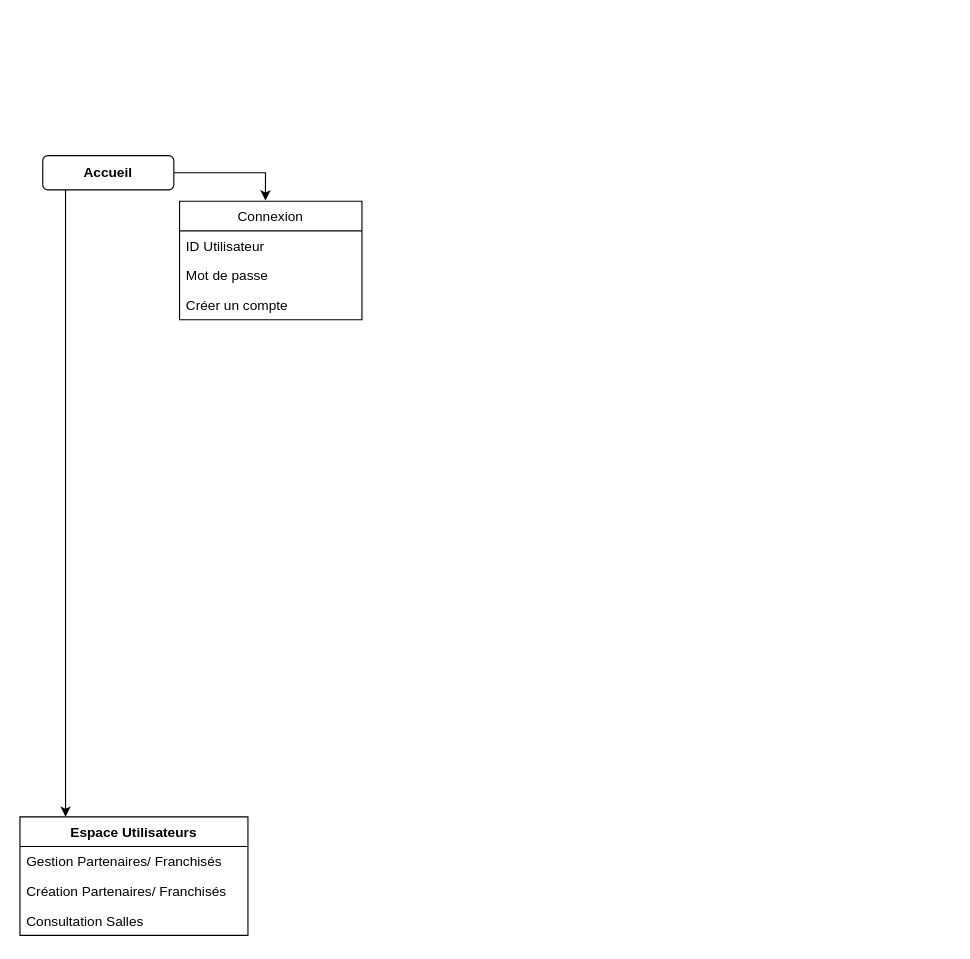
This is page "Diagram de séquence" (2 of 2) of Untitled Diagram.drawio from RodNine/ECF_RANSAY_Studi, a draw.io file, before an edit. Source tidied: cells renumbered, new cells numbered last; positions are measured from the earlier drawing's top-left corner, leaving out a move shared by most shapes. Both pictures are drawn from the tidied source at 114%, with x=0, y=0 at pixel (19, 155).
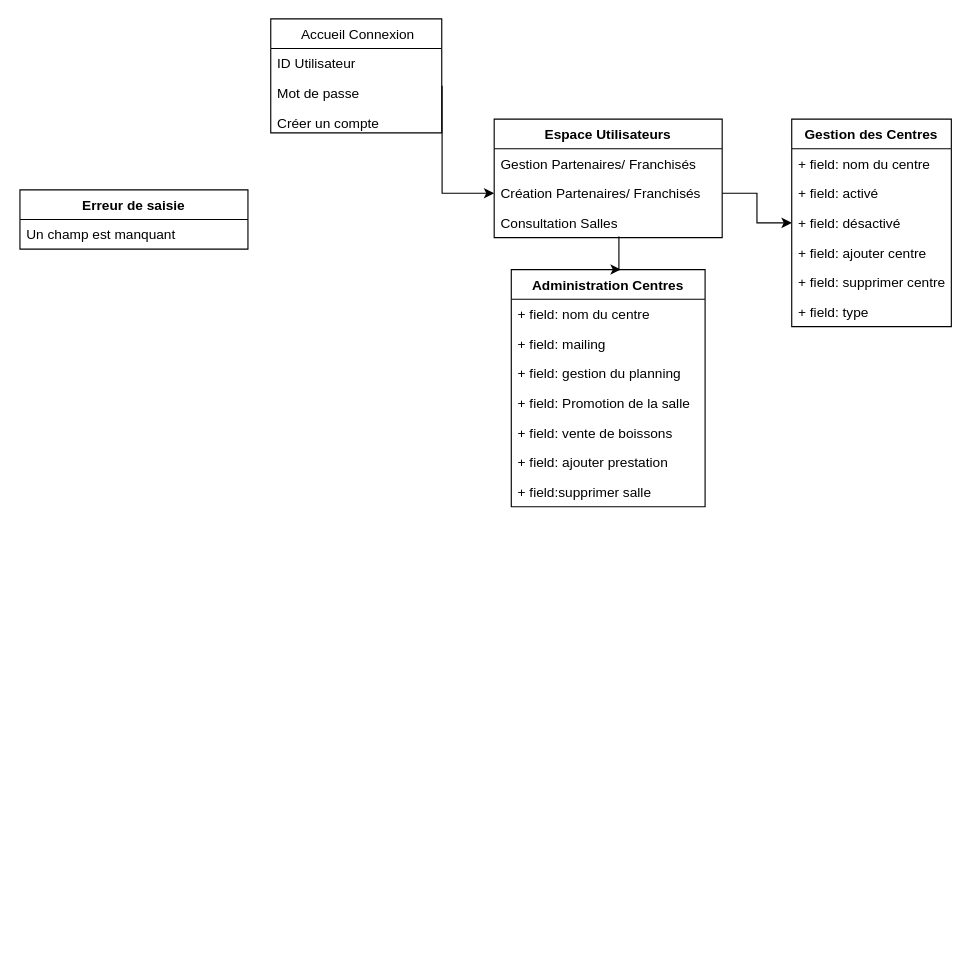
After the change.

Commit message:
MAJ diagrams sequence

Unchanged cells that the change refers to:
```xml
<mxCell id="13" value="Création Partenaires/ Franchisés" style="text;strokeColor=none;fillColor=none;align=left;verticalAlign=top;spacingLeft=4;spacingRight=4;overflow=hidden;points=[[0,0.5],[1,0.5]];portConstraint=eastwest;" parent="11" vertex="1">
  <mxGeometry y="52" width="200" height="26" as="geometry" />
</mxCell>
<mxCell id="14" value="Consultation Salles" style="text;strokeColor=none;fillColor=none;align=left;verticalAlign=top;spacingLeft=4;spacingRight=4;overflow=hidden;points=[[0,0.5],[1,0.5]];portConstraint=eastwest;" parent="11" vertex="1">
  <mxGeometry y="78" width="200" height="26" as="geometry" />
</mxCell>
```

Change to the diagram source:
```diff
@@
-    <mxCell id="2" style="edgeStyle=orthogonalEdgeStyle;rounded=0;jettySize=auto;html=1;" parent="1" edge="1" source="4">
-      <mxGeometry relative="1" as="geometry">
-        <mxPoint x="40" y="580" as="targetPoint" />
-        <Array as="points">
-          <mxPoint x="40" y="30" />
-        </Array>
-      </mxGeometry>
-    </mxCell>
-    <mxCell id="3" style="edgeStyle=orthogonalEdgeStyle;rounded=0;jettySize=auto;html=1;entryX=0.471;entryY=-0.005;entryDx=0;entryDy=0;entryPerimeter=0;" parent="1" edge="1" source="4" target="5">
-      <mxGeometry relative="1" as="geometry" />
-    </mxCell>
-    <mxCell id="4" value="&lt;b&gt;Accueil &lt;/b&gt;" style="rounded=1;whiteSpace=wrap;html=1;" parent="1" vertex="1">
-      <mxGeometry x="20" width="115" height="30" as="geometry" />
-    </mxCell>
-    <mxCell id="5" value="Connexion" style="swimlane;fontStyle=0;horizontal=1;startSize=26;fillColor=none;" parent="1" vertex="1">
-      <mxGeometry x="140" y="40" width="160" height="104" as="geometry" />
+    <mxCell id="5" value=" Accueil Connexion" style="swimlane;fontStyle=0;horizontal=1;startSize=26;fillColor=none;" parent="1" vertex="1">
+      <mxGeometry x="220" y="-120" width="150" height="100" as="geometry" />
     </mxCell>
     <mxCell id="6" value="ID Utilisateur" style="text;strokeColor=none;fillColor=none;align=left;verticalAlign=top;spacingLeft=4;spacingRight=4;overflow=hidden;" parent="5" vertex="1">
-      <mxGeometry y="26" width="160" height="26" as="geometry" />
+      <mxGeometry y="26" width="150" height="26" as="geometry" />
     </mxCell>
     <mxCell id="7" value="Mot de passe" style="text;strokeColor=none;fillColor=none;align=left;verticalAlign=top;spacingLeft=4;spacingRight=4;overflow=hidden;points=[[0,0.5],[1,0.5]];portConstraint=eastwest;" parent="5" vertex="1">
-      <mxGeometry y="52" width="160" height="26" as="geometry" />
+      <mxGeometry y="52" width="150" height="26" as="geometry" />
     </mxCell>
     <mxCell id="8" value="Créer un compte" style="text;strokeColor=none;fillColor=none;align=left;verticalAlign=top;spacingLeft=4;spacingRight=4;overflow=hidden;points=[[0,0.5],[1,0.5]];portConstraint=eastwest;" parent="5" vertex="1">
-      <mxGeometry y="78" width="160" height="26" as="geometry" />
+      <mxGeometry y="78" width="150" height="22" as="geometry" />
     </mxCell>
@@
-    <mxCell id="10" style="edgeStyle=orthogonalEdgeStyle;rounded=0;jettySize=auto;html=1;exitX=1;exitY=0.5;exitDx=0;exitDy=0;" parent="5" edge="1" source="8">
-      <mxGeometry relative="1" as="geometry">
-        <mxPoint x="160" y="91" as="targetPoint" />
-      </mxGeometry>
-    </mxCell>
     <mxCell id="11" value="Espace Utilisateurs" style="swimlane;fontStyle=1;horizontal=1;startSize=26;fillColor=none;" parent="1" vertex="1">
-      <mxGeometry y="580" width="200" height="104" as="geometry" />
+      <mxGeometry x="416" y="-32" width="200" height="104" as="geometry" />
     </mxCell>
@@
+    <mxCell id="15" value="Gestion des Centres" style="swimlane;fontStyle=1;horizontal=1;startSize=26;fillColor=none;" parent="1" vertex="1">
+      <mxGeometry x="677" y="-32" width="140" height="182" as="geometry" />
+    </mxCell>
+    <mxCell id="16" value="+ field: nom du centre" style="text;strokeColor=none;fillColor=none;align=left;verticalAlign=top;spacingLeft=4;spacingRight=4;overflow=hidden;" parent="15" vertex="1">
+      <mxGeometry y="26" width="140" height="26" as="geometry" />
+    </mxCell>
+    <mxCell id="17" value="+ field: activé" style="text;strokeColor=none;fillColor=none;align=left;verticalAlign=top;spacingLeft=4;spacingRight=4;overflow=hidden;" parent="15" vertex="1">
+      <mxGeometry y="52" width="140" height="26" as="geometry" />
+    </mxCell>
+    <mxCell id="18" value="+ field: désactivé" style="text;strokeColor=none;fillColor=none;align=left;verticalAlign=top;spacingLeft=4;spacingRight=4;overflow=hidden;points=[[0,0.5],[1,0.5]];portConstraint=eastwest;" parent="15" vertex="1">
+      <mxGeometry y="78" width="140" height="26" as="geometry" />
+    </mxCell>
+    <mxCell id="19" value="+ field: ajouter centre" style="text;strokeColor=none;fillColor=none;align=left;verticalAlign=top;spacingLeft=4;spacingRight=4;overflow=hidden;" parent="15" vertex="1">
+      <mxGeometry y="104" width="140" height="26" as="geometry" />
+    </mxCell>
+    <mxCell id="20" value="+ field: supprimer centre" style="text;strokeColor=none;fillColor=none;align=left;verticalAlign=top;spacingLeft=4;spacingRight=4;overflow=hidden;" parent="15" vertex="1">
+      <mxGeometry y="130" width="140" height="26" as="geometry" />
+    </mxCell>
+    <mxCell id="21" value="+ field: type" style="text;strokeColor=none;fillColor=none;align=left;verticalAlign=top;spacingLeft=4;spacingRight=4;overflow=hidden;" parent="15" vertex="1">
+      <mxGeometry y="156" width="140" height="26" as="geometry" />
+    </mxCell>
+    <mxCell id="22" style="edgeStyle=orthogonalEdgeStyle;rounded=0;jettySize=auto;html=1;exitX=1;exitY=0.5;exitDx=0;exitDy=0;entryX=0;entryY=0.5;entryDx=0;entryDy=0;" parent="1" edge="1" source="13" target="18">
+      <mxGeometry relative="1" as="geometry" />
+    </mxCell>
+    <mxCell id="23" value="Administration Centres" style="swimlane;fontStyle=1;horizontal=1;startSize=26;fillColor=none;" parent="1" vertex="1">
+      <mxGeometry x="431" y="100" width="170" height="208" as="geometry" />
+    </mxCell>
+    <mxCell id="24" value="+ field: nom du centre" style="text;strokeColor=none;fillColor=none;align=left;verticalAlign=top;spacingLeft=4;spacingRight=4;overflow=hidden;" parent="23" vertex="1">
+      <mxGeometry y="26" width="170" height="26" as="geometry" />
+    </mxCell>
+    <mxCell id="25" value="+ field: mailing " style="text;strokeColor=none;fillColor=none;align=left;verticalAlign=top;spacingLeft=4;spacingRight=4;overflow=hidden;" parent="23" vertex="1">
+      <mxGeometry y="52" width="170" height="26" as="geometry" />
+    </mxCell>
+    <mxCell id="26" value="+ field: gestion du planning" style="text;strokeColor=none;fillColor=none;align=left;verticalAlign=top;spacingLeft=4;spacingRight=4;overflow=hidden;" parent="23" vertex="1">
+      <mxGeometry y="78" width="170" height="26" as="geometry" />
+    </mxCell>
+    <mxCell id="27" value="+ field: Promotion de la salle" style="text;strokeColor=none;fillColor=none;align=left;verticalAlign=top;spacingLeft=4;spacingRight=4;overflow=hidden;" parent="23" vertex="1">
+      <mxGeometry y="104" width="170" height="26" as="geometry" />
+    </mxCell>
+    <mxCell id="28" value="+ field: vente de boissons" style="text;strokeColor=none;fillColor=none;align=left;verticalAlign=top;spacingLeft=4;spacingRight=4;overflow=hidden;" parent="23" vertex="1">
+      <mxGeometry y="130" width="170" height="26" as="geometry" />
+    </mxCell>
+    <mxCell id="29" value="+ field: ajouter prestation" style="text;strokeColor=none;fillColor=none;align=left;verticalAlign=top;spacingLeft=4;spacingRight=4;overflow=hidden;" parent="23" vertex="1">
+      <mxGeometry y="156" width="170" height="26" as="geometry" />
+    </mxCell>
+    <mxCell id="30" value="+ field:supprimer salle" style="text;strokeColor=none;fillColor=none;align=left;verticalAlign=top;spacingLeft=4;spacingRight=4;overflow=hidden;" parent="23" vertex="1">
+      <mxGeometry y="182" width="170" height="26" as="geometry" />
+    </mxCell>
+    <mxCell id="31" style="edgeStyle=orthogonalEdgeStyle;rounded=0;jettySize=auto;html=1;entryX=0;entryY=0.5;entryDx=0;entryDy=0;exitX=1.002;exitY=0.258;exitDx=0;exitDy=0;exitPerimeter=0;" parent="1" edge="1" source="7" target="13">
+      <mxGeometry relative="1" as="geometry">
+        <Array as="points">
+          <mxPoint x="370" y="33" />
+        </Array>
+      </mxGeometry>
+    </mxCell>
+    <mxCell id="32" style="edgeStyle=orthogonalEdgeStyle;rounded=0;jettySize=auto;html=1;exitX=0.547;exitY=0.957;exitDx=0;exitDy=0;exitPerimeter=0;" parent="1" edge="1" source="14">
+      <mxGeometry relative="1" as="geometry">
+        <mxPoint x="527" y="100" as="targetPoint" />
+        <Array as="points">
+          <mxPoint x="525" y="100" />
+        </Array>
+      </mxGeometry>
+    </mxCell>
+    <mxCell id="33" value="Erreur de saisie" style="swimlane;fontStyle=1;horizontal=1;startSize=26;fillColor=none;" parent="1" vertex="1">
+      <mxGeometry y="30" width="200" height="52" as="geometry" />
+    </mxCell>
+    <mxCell id="34" value="Un champ est manquant" style="text;strokeColor=none;fillColor=none;align=left;verticalAlign=top;spacingLeft=4;spacingRight=4;overflow=hidden;" parent="33" vertex="1">
+      <mxGeometry y="26" width="200" height="26" as="geometry" />
+    </mxCell>
```
